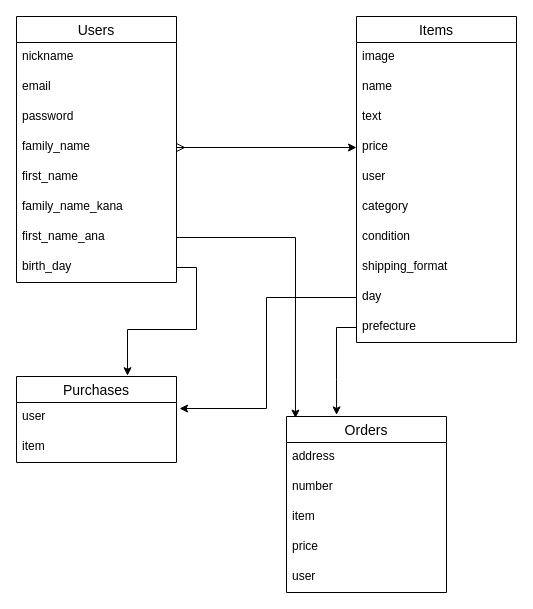
Before: furifuri.dio in shirajun/furima-30429, a draw.io diagram. Source tidied: cells renumbered, new cells numbered last; positions are measured from the earlier drawing's top-left corner, leaving out a move shared by most shapes. Both pictures are drawn from the tidied source at 100%, with x=0, y=0 at pixel (16, 16).
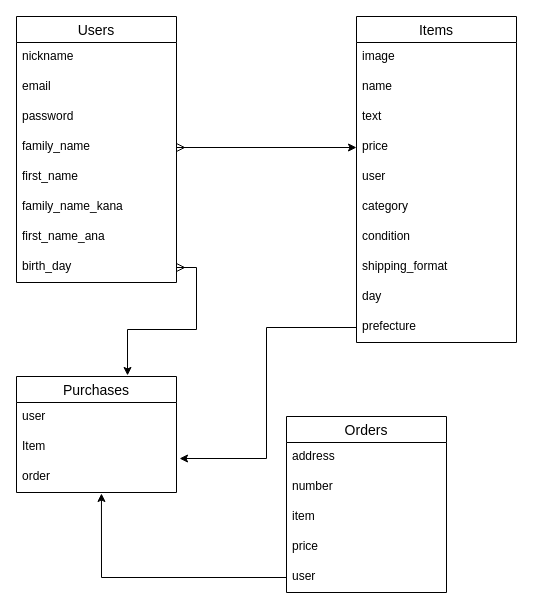
The same page after the edit.

Commit message (it also covers changes not shown here):
データベース設計　修正２

The change refers to these unchanged cells:
```xml
<mxCell id="11" value="day" style="text;strokeColor=none;fillColor=none;spacingLeft=4;spacingRight=4;overflow=hidden;points=[[0,0.5],[1,0.5]];portConstraint=eastwest;fontSize=12;" parent="2" vertex="1">
  <mxGeometry y="266" width="160" height="30" as="geometry" />
</mxCell>
<mxCell id="12" value="prefecture" style="text;strokeColor=none;fillColor=none;spacingLeft=4;spacingRight=4;overflow=hidden;points=[[0,0.5],[1,0.5]];portConstraint=eastwest;fontSize=12;" parent="2" vertex="1">
  <mxGeometry y="296" width="160" height="30" as="geometry" />
</mxCell>
<mxCell id="20" value="first_name_ana" style="text;strokeColor=none;fillColor=none;spacingLeft=4;spacingRight=4;overflow=hidden;points=[[0,0.5],[1,0.5]];portConstraint=eastwest;fontSize=12;" parent="13" vertex="1">
  <mxGeometry y="206" width="160" height="30" as="geometry" />
</mxCell>
<mxCell id="21" value="birth_day" style="text;strokeColor=none;fillColor=none;spacingLeft=4;spacingRight=4;overflow=hidden;points=[[0,0.5],[1,0.5]];portConstraint=eastwest;fontSize=12;" parent="13" vertex="1">
  <mxGeometry y="236" width="160" height="30" as="geometry" />
</mxCell>
<mxCell id="22" value="Orders" style="swimlane;fontStyle=0;horizontal=1;startSize=26;align=center;fontSize=14;" parent="1" vertex="1">
  <mxGeometry x="270" y="400" width="160" height="176" as="geometry" />
</mxCell>
<mxCell id="27" value="user" style="text;strokeColor=none;fillColor=none;spacingLeft=4;spacingRight=4;overflow=hidden;points=[[0,0.5],[1,0.5]];portConstraint=eastwest;fontSize=12;" parent="22" vertex="1">
  <mxGeometry y="146" width="160" height="30" as="geometry" />
</mxCell>
<mxCell id="30" value="user" style="text;strokeColor=none;fillColor=none;spacingLeft=4;spacingRight=4;overflow=hidden;points=[[0,0.5],[1,0.5]];portConstraint=eastwest;fontSize=12;" parent="29" vertex="1">
  <mxGeometry y="26" width="160" height="30" as="geometry" />
</mxCell>
```

Diff of the diagram source:
```diff
@@
     <mxCell id="29" value="Purchases" style="swimlane;fontStyle=0;horizontal=1;startSize=26;align=center;fontSize=14;" parent="1" vertex="1">
-      <mxGeometry y="360" width="160" height="86" as="geometry" />
+      <mxGeometry y="360" width="160" height="116" as="geometry" />
     </mxCell>
@@
+    <mxCell id="36" value="Item" style="text;strokeColor=none;fillColor=none;spacingLeft=4;spacingRight=4;overflow=hidden;fontSize=12;" parent="29" vertex="1">
+      <mxGeometry y="56" width="160" height="30" as="geometry" />
+    </mxCell>
-    <mxCell id="31" value="item" style="text;strokeColor=none;fillColor=none;spacingLeft=4;spacingRight=4;overflow=hidden;points=[[0,0.5],[1,0.5]];portConstraint=eastwest;fontSize=12;" parent="29" vertex="1">
-      <mxGeometry y="56" width="160" height="30" as="geometry" />
+    <mxCell id="31" value="order" style="text;strokeColor=none;fillColor=none;spacingLeft=4;spacingRight=4;overflow=hidden;points=[[0,0.5],[1,0.5]];portConstraint=eastwest;fontSize=12;" parent="29" vertex="1">
+      <mxGeometry y="86" width="160" height="30" as="geometry" />
     </mxCell>
-    <mxCell id="32" style="edgeStyle=orthogonalEdgeStyle;rounded=0;jettySize=auto;html=1;exitX=1;exitY=0.5;exitDx=0;exitDy=0;entryX=0.694;entryY=-0.009;entryDx=0;entryDy=0;entryPerimeter=0;startArrow=none;startFill=0;" parent="1" edge="1" source="21" target="29">
+    <mxCell id="32" style="edgeStyle=orthogonalEdgeStyle;rounded=0;jettySize=auto;html=1;exitX=1;exitY=0.5;exitDx=0;exitDy=0;entryX=0.694;entryY=-0.009;entryDx=0;entryDy=0;entryPerimeter=0;startArrow=ERmany;startFill=0;" parent="1" edge="1" source="21" target="29">
       <mxGeometry relative="1" as="geometry" />
     </mxCell>
-    <mxCell id="33" style="edgeStyle=orthogonalEdgeStyle;rounded=0;jettySize=auto;html=1;exitX=1;exitY=0.5;exitDx=0;exitDy=0;entryX=0.056;entryY=0.009;entryDx=0;entryDy=0;entryPerimeter=0;startArrow=none;startFill=0;" parent="1" edge="1" source="20" target="22">
-      <mxGeometry relative="1" as="geometry" />
-    </mxCell>
-    <mxCell id="34" style="edgeStyle=orthogonalEdgeStyle;rounded=0;jettySize=auto;html=1;exitX=0;exitY=0.5;exitDx=0;exitDy=0;entryX=1.019;entryY=0.2;entryDx=0;entryDy=0;entryPerimeter=0;startArrow=none;startFill=0;" parent="1" edge="1" source="11" target="30">
-      <mxGeometry relative="1" as="geometry" />
-    </mxCell>
-    <mxCell id="35" style="edgeStyle=orthogonalEdgeStyle;rounded=0;jettySize=auto;html=1;exitX=0;exitY=0.5;exitDx=0;exitDy=0;entryX=0.313;entryY=-0.009;entryDx=0;entryDy=0;entryPerimeter=0;startArrow=none;startFill=0;" parent="1" edge="1" source="12" target="22">
-      <mxGeometry relative="1" as="geometry" />
-    </mxCell>
+    <mxCell id="37" style="edgeStyle=orthogonalEdgeStyle;rounded=0;jettySize=auto;html=1;exitX=0;exitY=0.5;exitDx=0;exitDy=0;entryX=1.019;entryY=-0.133;entryDx=0;entryDy=0;entryPerimeter=0;startArrow=none;startFill=0;" parent="1" edge="1" source="12" target="31">
+      <mxGeometry relative="1" as="geometry" />
+    </mxCell>
+    <mxCell id="38" style="edgeStyle=orthogonalEdgeStyle;rounded=0;jettySize=auto;html=1;exitX=0;exitY=0.5;exitDx=0;exitDy=0;entryX=0.531;entryY=1.033;entryDx=0;entryDy=0;entryPerimeter=0;startArrow=none;startFill=0;" parent="1" edge="1" source="27" target="31">
+      <mxGeometry relative="1" as="geometry" />
+    </mxCell>
```
